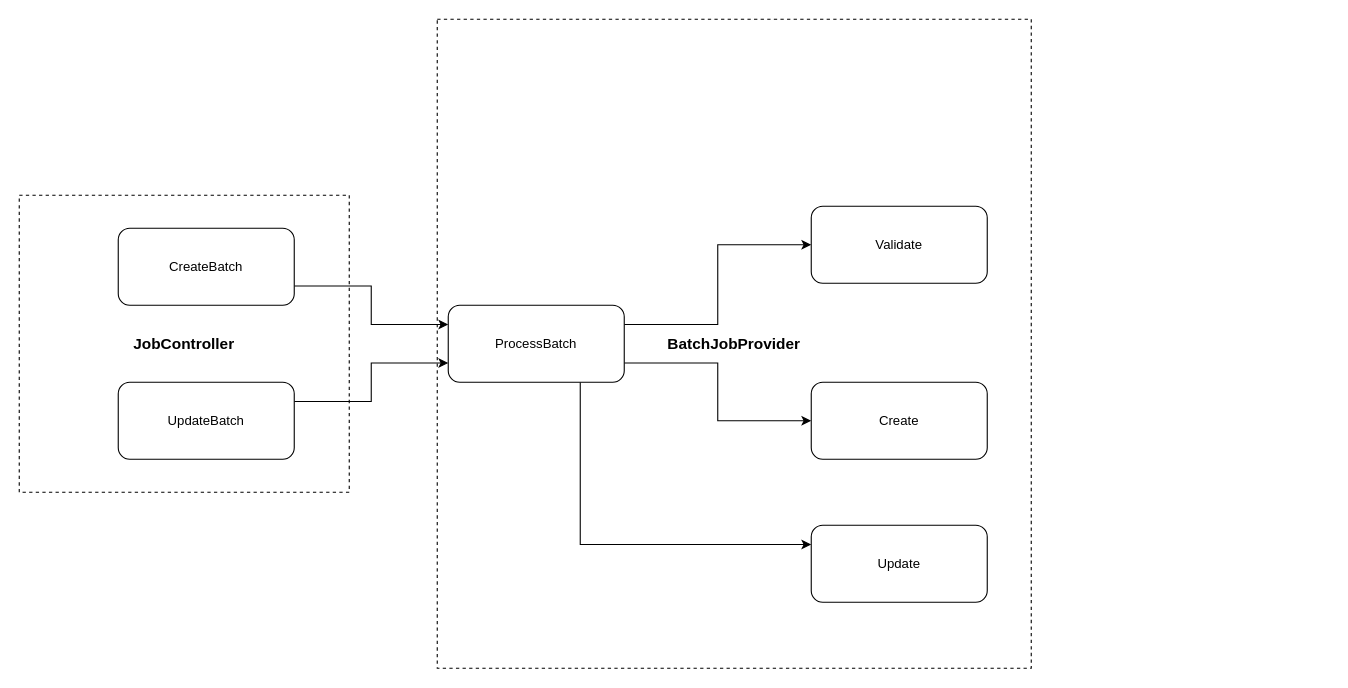
Before: batch_job_flow.drawio in gbates-e2open/drawioFiles, a draw.io diagram. Source tidied: cells renumbered, new cells numbered last; positions are measured from the earlier drawing's top-left corner, leaving out a move shared by most shapes. Both pictures are drawn from the tidied source at 110%, with x=0, y=0 at pixel (19, 19).
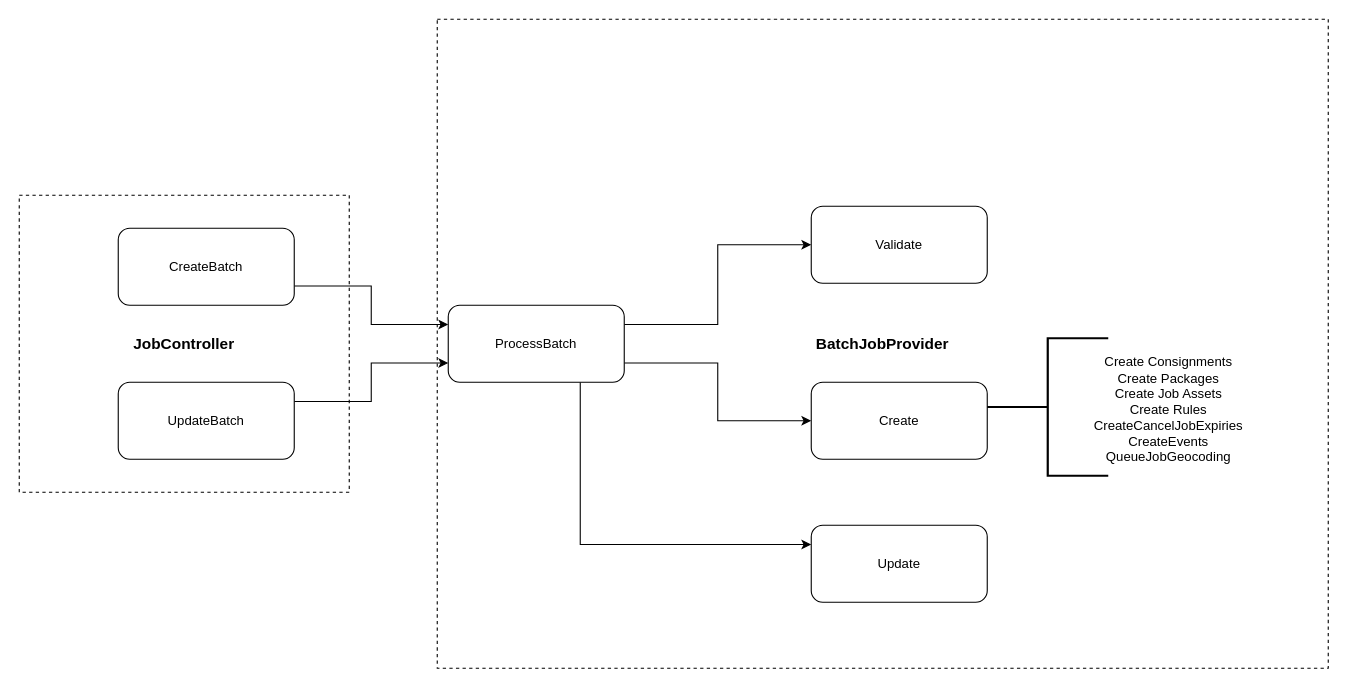
The same diagram, later.

Change to the diagram source:
```diff
@@
 <mxGraphModel>
   <root>
     <mxCell id="0" />
     <mxCell id="1" parent="0" />
     <mxCell id="2" value="&lt;b&gt;&lt;font style=&quot;font-size: 14px;&quot;&gt;BatchJobProvider&lt;/font&gt;&lt;/b&gt;" style="rounded=0;whiteSpace=wrap;html=1;dashed=1;" parent="1" vertex="1">
-      <mxGeometry x="380" width="540" height="590" as="geometry" />
+      <mxGeometry x="380" width="810" height="590" as="geometry" />
     </mxCell>
     <mxCell id="3" style="edgeStyle=orthogonalEdgeStyle;rounded=0;jettySize=auto;html=1;exitX=1;exitY=0.25;exitDx=0;exitDy=0;entryX=0;entryY=0.5;entryDx=0;entryDy=0;" parent="1" edge="1" source="6" target="12">
       <mxGeometry relative="1" as="geometry" />
     </mxCell>
     <mxCell id="4" style="edgeStyle=orthogonalEdgeStyle;rounded=0;jettySize=auto;html=1;exitX=1;exitY=0.75;exitDx=0;exitDy=0;entryX=0;entryY=0.5;entryDx=0;entryDy=0;" parent="1" edge="1" source="6" target="13">
       <mxGeometry relative="1" as="geometry" />
     </mxCell>
     <mxCell id="5" style="edgeStyle=orthogonalEdgeStyle;rounded=0;jettySize=auto;html=1;exitX=0.75;exitY=1;exitDx=0;exitDy=0;entryX=0;entryY=0.25;entryDx=0;entryDy=0;" parent="1" edge="1" source="6" target="14">
       <mxGeometry relative="1" as="geometry" />
     </mxCell>
     <mxCell id="6" value="ProcessBatch" style="rounded=1;whiteSpace=wrap;html=1;" parent="1" vertex="1">
       <mxGeometry x="390" y="260" width="160" height="70" as="geometry" />
     </mxCell>
     <mxCell id="7" value="&lt;b&gt;&lt;font style=&quot;font-size: 14px;&quot;&gt;JobController&lt;/font&gt;&lt;/b&gt;" style="rounded=0;whiteSpace=wrap;html=1;dashed=1;" parent="1" vertex="1">
       <mxGeometry y="160" width="300" height="270" as="geometry" />
     </mxCell>
     <mxCell id="8" style="edgeStyle=orthogonalEdgeStyle;rounded=0;jettySize=auto;html=1;exitX=1;exitY=0.75;exitDx=0;exitDy=0;entryX=0;entryY=0.25;entryDx=0;entryDy=0;" parent="1" edge="1" source="9" target="6">
       <mxGeometry relative="1" as="geometry" />
     </mxCell>
     <mxCell id="9" value="CreateBatch" style="rounded=1;whiteSpace=wrap;html=1;" parent="1" vertex="1">
       <mxGeometry x="90" y="190" width="160" height="70" as="geometry" />
     </mxCell>
     <mxCell id="10" style="edgeStyle=orthogonalEdgeStyle;rounded=0;jettySize=auto;html=1;exitX=1;exitY=0.25;exitDx=0;exitDy=0;entryX=0;entryY=0.75;entryDx=0;entryDy=0;" parent="1" edge="1" source="11" target="6">
       <mxGeometry relative="1" as="geometry" />
     </mxCell>
     <mxCell id="11" value="UpdateBatch" style="rounded=1;whiteSpace=wrap;html=1;" parent="1" vertex="1">
       <mxGeometry x="90" y="330" width="160" height="70" as="geometry" />
     </mxCell>
     <mxCell id="12" value="Validate" style="rounded=1;whiteSpace=wrap;html=1;" parent="1" vertex="1">
       <mxGeometry x="720" y="170" width="160" height="70" as="geometry" />
     </mxCell>
     <mxCell id="13" value="Create" style="rounded=1;whiteSpace=wrap;html=1;" parent="1" vertex="1">
       <mxGeometry x="720" y="330" width="160" height="70" as="geometry" />
     </mxCell>
     <mxCell id="14" value="Update" style="rounded=1;whiteSpace=wrap;html=1;" parent="1" vertex="1">
       <mxGeometry x="720" y="460" width="160" height="70" as="geometry" />
     </mxCell>
+    <mxCell id="15" style="strokeWidth=2;html=1;shape=mxgraph.flowchart.annotation_2;align=left;labelPosition=right;" parent="1" vertex="1">
+      <mxGeometry x="880" y="290" width="110" height="125" as="geometry" />
+    </mxCell>
+    <mxCell id="16" value="Create Consignments&lt;div&gt;Create Packages&lt;/div&gt;&lt;div&gt;Create Job Assets&lt;/div&gt;&lt;div&gt;Create Rules&lt;/div&gt;&lt;div&gt;CreateCancelJobExpiries&lt;/div&gt;&lt;div&gt;CreateEvents&lt;/div&gt;&lt;div&gt;QueueJobGeocoding&lt;/div&gt;" style="text;html=1;align=center;verticalAlign=middle;whiteSpace=wrap;rounded=0;" parent="1" vertex="1">
+      <mxGeometry x="960" y="300" width="170" height="110" as="geometry" />
+    </mxCell>
   </root>
 </mxGraphModel>
```
